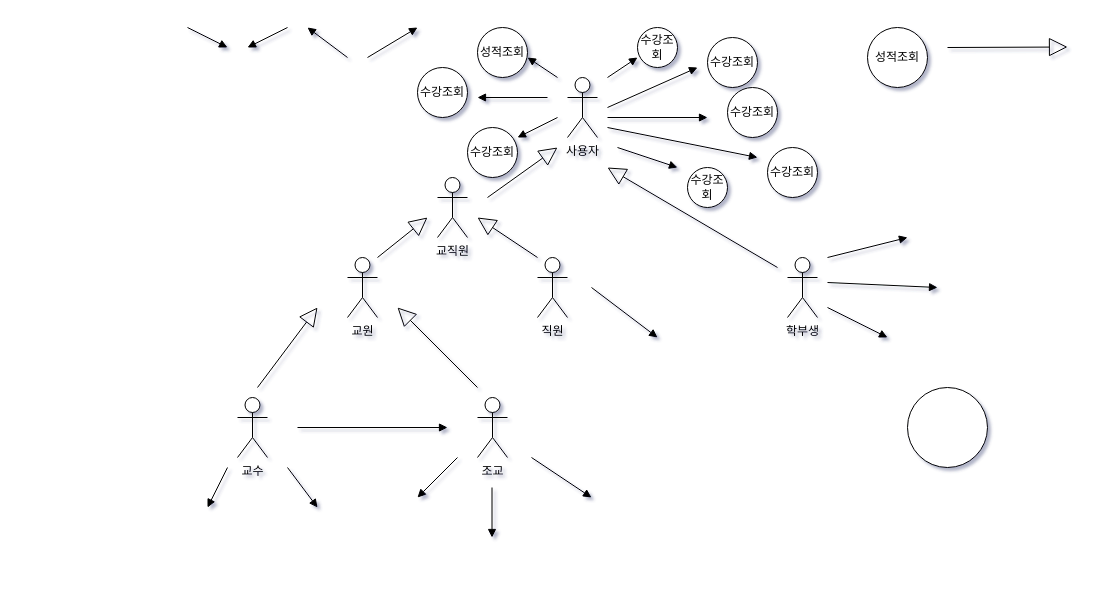
smj1746/user keeps this draw.io diagram as 제목 없는 다이어그램.drawio. Above is the earlier version. Source tidied: cells renumbered, new cells numbered last; positions are measured from the earlier drawing's top-left corner, leaving out a move shared by most shapes. Both pictures are drawn from the tidied source at 100%, with x=0, y=0 at pixel (187, 27).
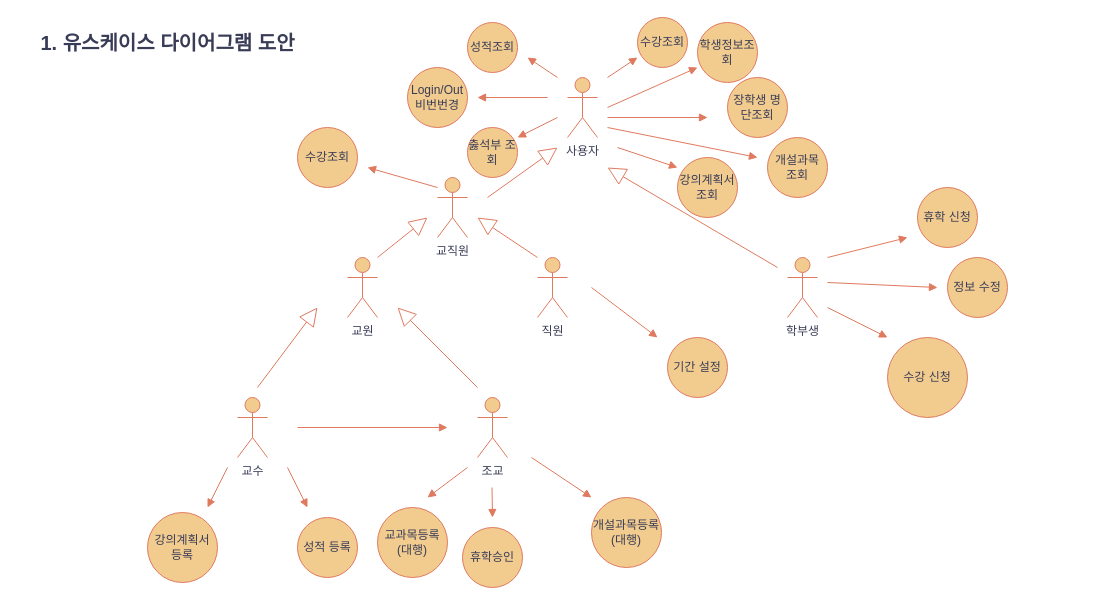
Above is the later version.

Commit message:
소프트웨어 - 유스케이스 다이어그램.drawio 업데이트

What changed in the source:
```diff
@@
-<mxGraphModel shadow="1">
+<mxGraphModel>
@@
-    <mxCell id="2" value="교원&lt;div&gt;&lt;br&gt;&lt;/div&gt;" style="shape=umlActor;verticalLabelPosition=bottom;verticalAlign=top;html=1;rounded=0;" parent="1" vertex="1">
+    <mxCell id="2" value="교원&lt;div&gt;&lt;br&gt;&lt;/div&gt;" style="shape=umlActor;verticalLabelPosition=bottom;verticalAlign=top;html=1;rounded=0;labelBackgroundColor=none;fillColor=#F2CC8F;strokeColor=#E07A5F;fontColor=#393C56;" parent="1" vertex="1">
       <mxGeometry x="160" y="230" width="30" height="60" as="geometry" />
     </mxCell>
-    <mxCell id="3" value="사용자" style="shape=umlActor;verticalLabelPosition=bottom;verticalAlign=top;html=1;rounded=0;" parent="1" vertex="1">
+    <mxCell id="3" value="사용자" style="shape=umlActor;verticalLabelPosition=bottom;verticalAlign=top;html=1;rounded=0;labelBackgroundColor=none;fillColor=#F2CC8F;strokeColor=#E07A5F;fontColor=#393C56;" parent="1" vertex="1">
       <mxGeometry x="380" y="50" width="30" height="60" as="geometry" />
     </mxCell>
-    <mxCell id="4" value="학부생&lt;div&gt;&lt;br&gt;&lt;/div&gt;" style="shape=umlActor;verticalLabelPosition=bottom;verticalAlign=top;html=1;rounded=0;" parent="1" vertex="1">
+    <mxCell id="4" value="학부생&lt;div&gt;&lt;br&gt;&lt;/div&gt;" style="shape=umlActor;verticalLabelPosition=bottom;verticalAlign=top;html=1;rounded=0;labelBackgroundColor=none;fillColor=#F2CC8F;strokeColor=#E07A5F;fontColor=#393C56;" parent="1" vertex="1">
       <mxGeometry x="600" y="230" width="30" height="60" as="geometry" />
     </mxCell>
-    <mxCell id="5" value="교직원&lt;div&gt;&lt;br&gt;&lt;/div&gt;" style="shape=umlActor;verticalLabelPosition=bottom;verticalAlign=top;html=1;rounded=0;" parent="1" vertex="1">
+    <mxCell id="5" value="교직원&lt;div&gt;&lt;br&gt;&lt;/div&gt;" style="shape=umlActor;verticalLabelPosition=bottom;verticalAlign=top;html=1;rounded=0;labelBackgroundColor=none;fillColor=#F2CC8F;strokeColor=#E07A5F;fontColor=#393C56;" parent="1" vertex="1">
       <mxGeometry x="250" y="150" width="30" height="60" as="geometry" />
     </mxCell>
-    <mxCell id="6" value="직원" style="shape=umlActor;verticalLabelPosition=bottom;verticalAlign=top;html=1;rounded=0;" parent="1" vertex="1">
+    <mxCell id="6" value="직원" style="shape=umlActor;verticalLabelPosition=bottom;verticalAlign=top;html=1;rounded=0;labelBackgroundColor=none;fillColor=#F2CC8F;strokeColor=#E07A5F;fontColor=#393C56;" parent="1" vertex="1">
       <mxGeometry x="350" y="230" width="30" height="60" as="geometry" />
     </mxCell>
-    <mxCell id="7" value="교수&lt;div&gt;&lt;br&gt;&lt;/div&gt;&lt;div&gt;&lt;br&gt;&lt;/div&gt;" style="shape=umlActor;verticalLabelPosition=bottom;verticalAlign=top;html=1;rounded=0;" parent="1" vertex="1">
+    <mxCell id="7" value="교수&lt;div&gt;&lt;br&gt;&lt;/div&gt;&lt;div&gt;&lt;br&gt;&lt;/div&gt;" style="shape=umlActor;verticalLabelPosition=bottom;verticalAlign=top;html=1;rounded=0;labelBackgroundColor=none;fillColor=#F2CC8F;strokeColor=#E07A5F;fontColor=#393C56;" parent="1" vertex="1">
       <mxGeometry x="50" y="370" width="30" height="60" as="geometry" />
     </mxCell>
-    <mxCell id="8" value="조교" style="shape=umlActor;verticalLabelPosition=bottom;verticalAlign=top;html=1;rounded=0;" parent="1" vertex="1">
+    <mxCell id="8" value="조교" style="shape=umlActor;verticalLabelPosition=bottom;verticalAlign=top;html=1;rounded=0;labelBackgroundColor=none;fillColor=#F2CC8F;strokeColor=#E07A5F;fontColor=#393C56;" parent="1" vertex="1">
       <mxGeometry x="290" y="370" width="30" height="60" as="geometry" />
     </mxCell>
-    <mxCell id="9" style="html=1;verticalAlign=bottom;endArrow=block;curved=0;rounded=0;" parent="1" edge="1">
+    <mxCell id="9" style="html=1;verticalAlign=bottom;endArrow=block;curved=0;rounded=0;labelBackgroundColor=none;strokeColor=#E07A5F;fontColor=default;" parent="1" edge="1">
       <mxGeometry relative="1" as="geometry">
         <mxPoint x="370" y="50" as="sourcePoint" />
         <mxPoint x="340" y="30" as="targetPoint" />
       </mxGeometry>
     </mxCell>
-    <mxCell id="10" style="html=1;verticalAlign=bottom;endArrow=block;curved=0;rounded=0;" parent="1" edge="1">
+    <mxCell id="10" style="html=1;verticalAlign=bottom;endArrow=block;curved=0;rounded=0;labelBackgroundColor=none;strokeColor=#E07A5F;fontColor=default;" parent="1" edge="1">
       <mxGeometry relative="1" as="geometry">
         <mxPoint x="420" y="50" as="sourcePoint" />
         <mxPoint x="450" y="30" as="targetPoint" />
       </mxGeometry>
     </mxCell>
-    <mxCell id="11" style="html=1;verticalAlign=bottom;endArrow=block;curved=0;rounded=0;" parent="1" edge="1">
-      <mxGeometry relative="1" as="geometry">
-        <mxPoint x="100" as="sourcePoint" />
-        <mxPoint x="60" y="20" as="targetPoint" />
-      </mxGeometry>
-    </mxCell>
-    <mxCell id="12" style="html=1;verticalAlign=bottom;endArrow=block;curved=0;rounded=0;" parent="1" edge="1">
-      <mxGeometry relative="1" as="geometry">
-        <mxPoint as="sourcePoint" />
-        <mxPoint x="40" y="20" as="targetPoint" />
-      </mxGeometry>
-    </mxCell>
-    <mxCell id="13" style="html=1;verticalAlign=bottom;endArrow=block;curved=0;rounded=0;" parent="1" edge="1">
+    <mxCell id="13" style="html=1;verticalAlign=bottom;endArrow=block;curved=0;rounded=0;labelBackgroundColor=none;strokeColor=#E07A5F;fontColor=default;" parent="1" edge="1">
       <mxGeometry relative="1" as="geometry">
         <mxPoint x="420" y="80" as="sourcePoint" />
         <mxPoint x="510" y="40" as="targetPoint" />
       </mxGeometry>
     </mxCell>
-    <mxCell id="14" style="html=1;verticalAlign=bottom;endArrow=block;curved=0;rounded=0;" parent="1" edge="1">
+    <mxCell id="14" style="html=1;verticalAlign=bottom;endArrow=block;curved=0;rounded=0;labelBackgroundColor=none;strokeColor=#E07A5F;fontColor=default;" parent="1" edge="1">
       <mxGeometry relative="1" as="geometry">
         <mxPoint x="420" y="90" as="sourcePoint" />
         <mxPoint x="520" y="90" as="targetPoint" />
       </mxGeometry>
     </mxCell>
-    <mxCell id="15" style="html=1;verticalAlign=bottom;endArrow=block;curved=0;rounded=0;" parent="1" edge="1">
+    <mxCell id="15" style="html=1;verticalAlign=bottom;endArrow=block;curved=0;rounded=0;labelBackgroundColor=none;strokeColor=#E07A5F;fontColor=default;" parent="1" edge="1">
       <mxGeometry relative="1" as="geometry">
         <mxPoint x="420" y="100" as="sourcePoint" />
         <mxPoint x="570" y="130" as="targetPoint" />
       </mxGeometry>
     </mxCell>
-    <mxCell id="16" style="html=1;verticalAlign=bottom;endArrow=block;curved=0;rounded=0;" parent="1" edge="1">
+    <mxCell id="16" style="html=1;verticalAlign=bottom;endArrow=block;curved=0;rounded=0;labelBackgroundColor=none;strokeColor=#E07A5F;fontColor=default;" parent="1" edge="1">
       <mxGeometry relative="1" as="geometry">
         <mxPoint x="430" y="120" as="sourcePoint" />
         <mxPoint x="490" y="140" as="targetPoint" />
       </mxGeometry>
     </mxCell>
-    <mxCell id="17" style="html=1;verticalAlign=bottom;endArrow=block;curved=0;rounded=0;" parent="1" edge="1">
+    <mxCell id="17" style="html=1;verticalAlign=bottom;endArrow=block;curved=0;rounded=0;labelBackgroundColor=none;strokeColor=#E07A5F;fontColor=default;" parent="1" edge="1">
       <mxGeometry relative="1" as="geometry">
         <mxPoint x="360" y="70" as="sourcePoint" />
         <mxPoint x="290" y="70" as="targetPoint" />
       </mxGeometry>
     </mxCell>
-    <mxCell id="18" style="html=1;verticalAlign=bottom;endArrow=block;curved=0;rounded=0;" parent="1" edge="1">
+    <mxCell id="18" style="html=1;verticalAlign=bottom;endArrow=block;curved=0;rounded=0;labelBackgroundColor=none;strokeColor=#E07A5F;fontColor=default;" parent="1" edge="1">
       <mxGeometry relative="1" as="geometry">
         <mxPoint x="370" y="90" as="sourcePoint" />
         <mxPoint x="330" y="110" as="targetPoint" />
       </mxGeometry>
     </mxCell>
-    <mxCell id="19" style="html=1;verticalAlign=bottom;endArrow=block;curved=0;rounded=0;" parent="1" edge="1">
+    <mxCell id="19" style="html=1;verticalAlign=bottom;endArrow=block;curved=0;rounded=0;labelBackgroundColor=none;strokeColor=#E07A5F;fontColor=default;" parent="1" edge="1">
       <mxGeometry relative="1" as="geometry">
-        <mxPoint x="160" y="30" as="sourcePoint" />
-        <mxPoint x="120" as="targetPoint" />
+        <mxPoint x="250" y="160" as="sourcePoint" />
+        <mxPoint x="180" y="140" as="targetPoint" />
       </mxGeometry>
     </mxCell>
-    <mxCell id="20" style="html=1;verticalAlign=bottom;endArrow=block;curved=0;rounded=0;" parent="1" edge="1">
-      <mxGeometry relative="1" as="geometry">
-        <mxPoint x="180" y="30" as="sourcePoint" />
-        <mxPoint x="230" as="targetPoint" />
-      </mxGeometry>
-    </mxCell>
-    <mxCell id="21" style="endArrow=block;endSize=16;endFill=0;html=1;rounded=0;" parent="1" edge="1">
-      <mxGeometry relative="1" as="geometry">
-        <mxPoint x="760" y="20" as="sourcePoint" />
-        <mxPoint x="880" y="19.5" as="targetPoint" />
-      </mxGeometry>
-    </mxCell>
-    <mxCell id="22" style="endArrow=block;endSize=16;endFill=0;html=1;rounded=0;fontStyle=0;" parent="1" edge="1">
+    <mxCell id="22" style="endArrow=block;endSize=16;endFill=0;html=1;rounded=0;fontStyle=0;labelBackgroundColor=none;strokeColor=#E07A5F;fontColor=default;" parent="1" edge="1">
       <mxGeometry relative="1" as="geometry">
         <mxPoint x="300" y="170" as="sourcePoint" />
         <mxPoint x="370" y="120" as="targetPoint" />
       </mxGeometry>
     </mxCell>
-    <mxCell id="23" style="endArrow=block;endSize=16;endFill=0;html=1;rounded=0;fontStyle=0;" parent="1" edge="1">
+    <mxCell id="23" style="endArrow=block;endSize=16;endFill=0;html=1;rounded=0;fontStyle=0;labelBackgroundColor=none;strokeColor=#E07A5F;fontColor=default;" parent="1" edge="1">
       <mxGeometry relative="1" as="geometry">
         <mxPoint x="590" y="240" as="sourcePoint" />
         <mxPoint x="420" y="140" as="targetPoint" />
       </mxGeometry>
     </mxCell>
-    <mxCell id="24" style="endArrow=block;endSize=16;endFill=0;html=1;rounded=0;fontStyle=0;" parent="1" edge="1">
+    <mxCell id="24" style="endArrow=block;endSize=16;endFill=0;html=1;rounded=0;fontStyle=0;labelBackgroundColor=none;strokeColor=#E07A5F;fontColor=default;" parent="1" edge="1">
       <mxGeometry relative="1" as="geometry">
         <mxPoint x="350" y="230" as="sourcePoint" />
         <mxPoint x="290" y="190" as="targetPoint" />
       </mxGeometry>
     </mxCell>
-    <mxCell id="25" style="endArrow=block;endSize=16;endFill=0;html=1;rounded=0;fontStyle=0;" parent="1" edge="1">
+    <mxCell id="25" style="endArrow=block;endSize=16;endFill=0;html=1;rounded=0;fontStyle=0;labelBackgroundColor=none;strokeColor=#E07A5F;fontColor=default;" parent="1" edge="1">
       <mxGeometry relative="1" as="geometry">
         <mxPoint x="190" y="230" as="sourcePoint" />
         <mxPoint x="240" y="190" as="targetPoint" />
       </mxGeometry>
     </mxCell>
-    <mxCell id="26" style="endArrow=block;endSize=16;endFill=0;html=1;rounded=0;fontStyle=0;" parent="1" edge="1">
+    <mxCell id="26" style="endArrow=block;endSize=16;endFill=0;html=1;rounded=0;fontStyle=0;labelBackgroundColor=none;strokeColor=#E07A5F;fontColor=default;" parent="1" edge="1">
       <mxGeometry relative="1" as="geometry">
         <mxPoint x="70" y="360" as="sourcePoint" />
         <mxPoint x="130" y="280" as="targetPoint" />
       </mxGeometry>
     </mxCell>
-    <mxCell id="27" style="endArrow=block;endSize=16;endFill=0;html=1;rounded=0;fontStyle=0;" parent="1" edge="1">
+    <mxCell id="27" style="endArrow=block;endSize=16;endFill=0;html=1;rounded=0;fontStyle=0;labelBackgroundColor=none;strokeColor=#E07A5F;fontColor=default;" parent="1" edge="1">
       <mxGeometry relative="1" as="geometry">
         <mxPoint x="290" y="360" as="sourcePoint" />
         <mxPoint x="210" y="280" as="targetPoint" />
       </mxGeometry>
     </mxCell>
-    <mxCell id="28" style="ellipse;whiteSpace=wrap;html=1;" parent="1" vertex="1">
-      <mxGeometry x="720" y="360" width="80" height="80" as="geometry" />
+    <mxCell id="28" value="수강 신청" style="ellipse;whiteSpace=wrap;html=1;labelBackgroundColor=none;fillColor=#F2CC8F;strokeColor=#E07A5F;fontColor=#393C56;" parent="1" vertex="1">
+      <mxGeometry x="700" y="310" width="80" height="80" as="geometry" />
     </mxCell>
-    <mxCell id="29" value="성적조회" style="ellipse;whiteSpace=wrap;html=1;" parent="1" vertex="1">
-      <mxGeometry x="290" width="50" height="50" as="geometry" />
+    <mxCell id="29" value="성적조회" style="ellipse;whiteSpace=wrap;html=1;labelBackgroundColor=none;fillColor=#F2CC8F;strokeColor=#E07A5F;fontColor=#393C56;" parent="1" vertex="1">
+      <mxGeometry x="280" y="-5" width="50" height="50" as="geometry" />
     </mxCell>
-    <mxCell id="30" value="성적조회" style="ellipse;whiteSpace=wrap;html=1;" parent="1" vertex="1">
-      <mxGeometry x="680" width="60" height="60" as="geometry" />
-    </mxCell>
-    <mxCell id="31" value="수강조회" style="ellipse;whiteSpace=wrap;html=1;" parent="1" vertex="1">
-      <mxGeometry x="450" width="40" height="40" as="geometry" />
+    <mxCell id="31" value="수강조회" style="ellipse;whiteSpace=wrap;html=1;labelBackgroundColor=none;fillColor=#F2CC8F;strokeColor=#E07A5F;fontColor=#393C56;" parent="1" vertex="1">
+      <mxGeometry x="450" y="-10" width="50" height="50" as="geometry" />
     </mxCell>
-    <mxCell id="32" value="수강조회" style="ellipse;whiteSpace=wrap;html=1;" parent="1" vertex="1">
-      <mxGeometry x="520" y="10" width="50" height="50" as="geometry" />
+    <mxCell id="32" value="학생정보조회" style="ellipse;whiteSpace=wrap;html=1;labelBackgroundColor=none;fillColor=#F2CC8F;strokeColor=#E07A5F;fontColor=#393C56;" parent="1" vertex="1">
+      <mxGeometry x="510" y="-5" width="60" height="60" as="geometry" />
     </mxCell>
-    <mxCell id="33" value="수강조회" style="ellipse;whiteSpace=wrap;html=1;" parent="1" vertex="1">
-      <mxGeometry x="580" y="120" width="50" height="50" as="geometry" />
+    <mxCell id="33" value="개설과목 조회" style="ellipse;whiteSpace=wrap;html=1;labelBackgroundColor=none;fillColor=#F2CC8F;strokeColor=#E07A5F;fontColor=#393C56;" parent="1" vertex="1">
+      <mxGeometry x="580" y="110" width="60" height="60" as="geometry" />
     </mxCell>
-    <mxCell id="34" value="수강조회" style="ellipse;whiteSpace=wrap;html=1;" parent="1" vertex="1">
-      <mxGeometry x="540" y="60" width="50" height="50" as="geometry" />
+    <mxCell id="34" value="장학생 명단조회" style="ellipse;whiteSpace=wrap;html=1;labelBackgroundColor=none;fillColor=#F2CC8F;strokeColor=#E07A5F;fontColor=#393C56;" parent="1" vertex="1">
+      <mxGeometry x="540" y="50" width="60" height="60" as="geometry" />
     </mxCell>
-    <mxCell id="35" value="수강조회" style="ellipse;whiteSpace=wrap;html=1;" parent="1" vertex="1">
-      <mxGeometry x="500" y="140" width="40" height="40" as="geometry" />
+    <mxCell id="35" value="강의계획서 조회" style="ellipse;whiteSpace=wrap;html=1;labelBackgroundColor=none;fillColor=#F2CC8F;strokeColor=#E07A5F;fontColor=#393C56;" parent="1" vertex="1">
+      <mxGeometry x="490" y="130" width="60" height="60" as="geometry" />
     </mxCell>
-    <mxCell id="36" value="수강조회" style="ellipse;whiteSpace=wrap;html=1;" parent="1" vertex="1">
+    <mxCell id="36" value="&lt;div&gt;춣석부 조회&lt;/div&gt;" style="ellipse;whiteSpace=wrap;html=1;labelBackgroundColor=none;fillColor=#F2CC8F;strokeColor=#E07A5F;fontColor=#393C56;" parent="1" vertex="1">
       <mxGeometry x="280" y="100" width="50" height="50" as="geometry" />
     </mxCell>
-    <mxCell id="37" value="수강조회" style="ellipse;whiteSpace=wrap;html=1;" parent="1" vertex="1">
-      <mxGeometry x="230" y="40" width="50" height="50" as="geometry" />
+    <mxCell id="37" value="Login/Out&lt;div&gt;비번번경&lt;/div&gt;" style="ellipse;whiteSpace=wrap;html=1;labelBackgroundColor=none;fillColor=#F2CC8F;strokeColor=#E07A5F;fontColor=#393C56;" parent="1" vertex="1">
+      <mxGeometry x="220" y="40" width="60" height="60" as="geometry" />
     </mxCell>
-    <mxCell id="38" style="html=1;verticalAlign=bottom;endArrow=block;curved=0;rounded=0;" parent="1" edge="1">
+    <mxCell id="38" style="html=1;verticalAlign=bottom;endArrow=block;curved=0;rounded=0;labelBackgroundColor=none;strokeColor=#E07A5F;fontColor=default;" parent="1" edge="1">
       <mxGeometry relative="1" as="geometry">
         <mxPoint x="640" y="280" as="sourcePoint" />
         <mxPoint x="700" y="310" as="targetPoint" />
       </mxGeometry>
     </mxCell>
-    <mxCell id="39" style="html=1;verticalAlign=bottom;endArrow=block;curved=0;rounded=0;" parent="1" edge="1">
+    <mxCell id="39" style="html=1;verticalAlign=bottom;endArrow=block;curved=0;rounded=0;labelBackgroundColor=none;strokeColor=#E07A5F;fontColor=default;" parent="1" edge="1">
       <mxGeometry relative="1" as="geometry">
         <mxPoint x="640" y="255" as="sourcePoint" />
         <mxPoint x="750" y="260" as="targetPoint" />
       </mxGeometry>
     </mxCell>
-    <mxCell id="40" style="html=1;verticalAlign=bottom;endArrow=block;curved=0;rounded=0;" parent="1" edge="1">
+    <mxCell id="40" style="html=1;verticalAlign=bottom;endArrow=block;curved=0;rounded=0;labelBackgroundColor=none;strokeColor=#E07A5F;fontColor=default;" parent="1" edge="1">
       <mxGeometry relative="1" as="geometry">
         <mxPoint x="640" y="230" as="sourcePoint" />
         <mxPoint x="720" y="210" as="targetPoint" />
       </mxGeometry>
     </mxCell>
-    <mxCell id="41" style="html=1;verticalAlign=bottom;endArrow=block;curved=0;rounded=0;" parent="1" edge="1">
+    <mxCell id="41" style="html=1;verticalAlign=bottom;endArrow=block;curved=0;rounded=0;labelBackgroundColor=none;strokeColor=#E07A5F;fontColor=default;" parent="1" edge="1">
       <mxGeometry relative="1" as="geometry">
         <mxPoint x="404" y="260" as="sourcePoint" />
         <mxPoint x="470" y="310" as="targetPoint" />
       </mxGeometry>
     </mxCell>
-    <mxCell id="42" style="html=1;verticalAlign=bottom;endArrow=block;curved=0;rounded=0;" parent="1" edge="1">
+    <mxCell id="42" style="html=1;verticalAlign=bottom;endArrow=block;curved=0;rounded=0;labelBackgroundColor=none;strokeColor=#E07A5F;fontColor=default;" parent="1" edge="1">
       <mxGeometry relative="1" as="geometry">
         <mxPoint x="110" y="400" as="sourcePoint" />
         <mxPoint x="260" y="400" as="targetPoint" />
       </mxGeometry>
     </mxCell>
-    <mxCell id="43" style="html=1;verticalAlign=bottom;endArrow=block;curved=0;rounded=0;" parent="1" edge="1">
+    <mxCell id="43" style="html=1;verticalAlign=bottom;endArrow=block;curved=0;rounded=0;labelBackgroundColor=none;strokeColor=#E07A5F;fontColor=default;" parent="1" edge="1">
       <mxGeometry relative="1" as="geometry">
         <mxPoint x="100" y="440" as="sourcePoint" />
-        <mxPoint x="130" y="480" as="targetPoint" />
+        <mxPoint x="120" y="480" as="targetPoint" />
       </mxGeometry>
     </mxCell>
-    <mxCell id="44" style="html=1;verticalAlign=bottom;endArrow=block;curved=0;rounded=0;" parent="1" edge="1">
+    <mxCell id="44" style="html=1;verticalAlign=bottom;endArrow=block;curved=0;rounded=0;labelBackgroundColor=none;strokeColor=#E07A5F;fontColor=default;" parent="1" edge="1">
       <mxGeometry relative="1" as="geometry">
         <mxPoint x="40" y="440" as="sourcePoint" />
         <mxPoint x="20" y="480" as="targetPoint" />
       </mxGeometry>
     </mxCell>
-    <mxCell id="45" style="html=1;verticalAlign=bottom;endArrow=block;curved=0;rounded=0;" parent="1" edge="1">
+    <mxCell id="45" style="html=1;verticalAlign=bottom;endArrow=block;curved=0;rounded=0;labelBackgroundColor=none;strokeColor=#E07A5F;fontColor=default;" parent="1" edge="1">
       <mxGeometry relative="1" as="geometry">
         <mxPoint x="304.5" y="460" as="sourcePoint" />
-        <mxPoint x="304.5" y="510" as="targetPoint" />
+        <mxPoint x="305" y="490" as="targetPoint" />
       </mxGeometry>
     </mxCell>
-    <mxCell id="46" style="html=1;verticalAlign=bottom;endArrow=block;curved=0;rounded=0;" parent="1" edge="1">
+    <mxCell id="46" style="html=1;verticalAlign=bottom;endArrow=block;curved=0;rounded=0;labelBackgroundColor=none;strokeColor=#E07A5F;fontColor=default;" parent="1" edge="1">
       <mxGeometry relative="1" as="geometry">
-        <mxPoint x="270" y="430" as="sourcePoint" />
-        <mxPoint x="230" y="470" as="targetPoint" />
+        <mxPoint x="280" y="440" as="sourcePoint" />
+        <mxPoint x="240" y="470" as="targetPoint" />
       </mxGeometry>
     </mxCell>
-    <mxCell id="47" style="html=1;verticalAlign=bottom;endArrow=block;curved=0;rounded=0;" parent="1" edge="1">
+    <mxCell id="47" style="html=1;verticalAlign=bottom;endArrow=block;curved=0;rounded=0;labelBackgroundColor=none;strokeColor=#E07A5F;fontColor=default;" parent="1" edge="1">
       <mxGeometry relative="1" as="geometry">
         <mxPoint x="344" y="430" as="sourcePoint" />
         <mxPoint x="404" y="470" as="targetPoint" />
       </mxGeometry>
     </mxCell>
+    <mxCell id="48" value="수강조회" style="ellipse;whiteSpace=wrap;html=1;labelBackgroundColor=none;fillColor=#F2CC8F;strokeColor=#E07A5F;fontColor=#393C56;" parent="1" vertex="1">
+      <mxGeometry x="110" y="100" width="60" height="60" as="geometry" />
+    </mxCell>
+    <mxCell id="49" value="기간 설정" style="ellipse;whiteSpace=wrap;html=1;labelBackgroundColor=none;fillColor=#F2CC8F;strokeColor=#E07A5F;fontColor=#393C56;" parent="1" vertex="1">
+      <mxGeometry x="480" y="310" width="60" height="60" as="geometry" />
+    </mxCell>
+    <mxCell id="50" value="강의계획서 등록" style="ellipse;whiteSpace=wrap;html=1;labelBackgroundColor=none;fillColor=#F2CC8F;strokeColor=#E07A5F;fontColor=#393C56;" parent="1" vertex="1">
+      <mxGeometry x="-40" y="485" width="70" height="70" as="geometry" />
+    </mxCell>
+    <mxCell id="51" value="정보 수정" style="ellipse;whiteSpace=wrap;html=1;labelBackgroundColor=none;fillColor=#F2CC8F;strokeColor=#E07A5F;fontColor=#393C56;" parent="1" vertex="1">
+      <mxGeometry x="760" y="230" width="60" height="60" as="geometry" />
+    </mxCell>
+    <mxCell id="52" value="휴학 신청" style="ellipse;whiteSpace=wrap;html=1;labelBackgroundColor=none;fillColor=#F2CC8F;strokeColor=#E07A5F;fontColor=#393C56;" parent="1" vertex="1">
+      <mxGeometry x="730" y="160" width="60" height="60" as="geometry" />
+    </mxCell>
+    <mxCell id="53" value="개설과목등록 (대행)" style="ellipse;whiteSpace=wrap;html=1;labelBackgroundColor=none;fillColor=#F2CC8F;strokeColor=#E07A5F;fontColor=#393C56;" parent="1" vertex="1">
+      <mxGeometry x="404" y="470" width="70" height="70" as="geometry" />
+    </mxCell>
+    <mxCell id="54" value="휴학승인" style="ellipse;whiteSpace=wrap;html=1;labelBackgroundColor=none;fillColor=#F2CC8F;strokeColor=#E07A5F;fontColor=#393C56;" parent="1" vertex="1">
+      <mxGeometry x="275" y="500" width="60" height="60" as="geometry" />
+    </mxCell>
+    <mxCell id="55" value="교과목등록 (대행)" style="ellipse;whiteSpace=wrap;html=1;labelBackgroundColor=none;fillColor=#F2CC8F;strokeColor=#E07A5F;fontColor=#393C56;" parent="1" vertex="1">
+      <mxGeometry x="190" y="480" width="70" height="70" as="geometry" />
+    </mxCell>
+    <mxCell id="56" value="성적 등록" style="ellipse;whiteSpace=wrap;html=1;labelBackgroundColor=none;fillColor=#F2CC8F;strokeColor=#E07A5F;fontColor=#393C56;" parent="1" vertex="1">
+      <mxGeometry x="110" y="490" width="60" height="60" as="geometry" />
+    </mxCell>
+    <mxCell id="57" value="&lt;b&gt;&lt;font style=&quot;font-size: 20px;&quot;&gt;1. 유스케이스 다이어그램 도안&lt;/font&gt;&lt;/b&gt;" style="text;html=1;align=center;verticalAlign=middle;strokeColor=none;fillColor=none;labelBackgroundColor=none;fontColor=#393C56;" parent="1" vertex="1">
+      <mxGeometry x="-170" y="-5" width="300" height="40" as="geometry" />
+    </mxCell>
```
